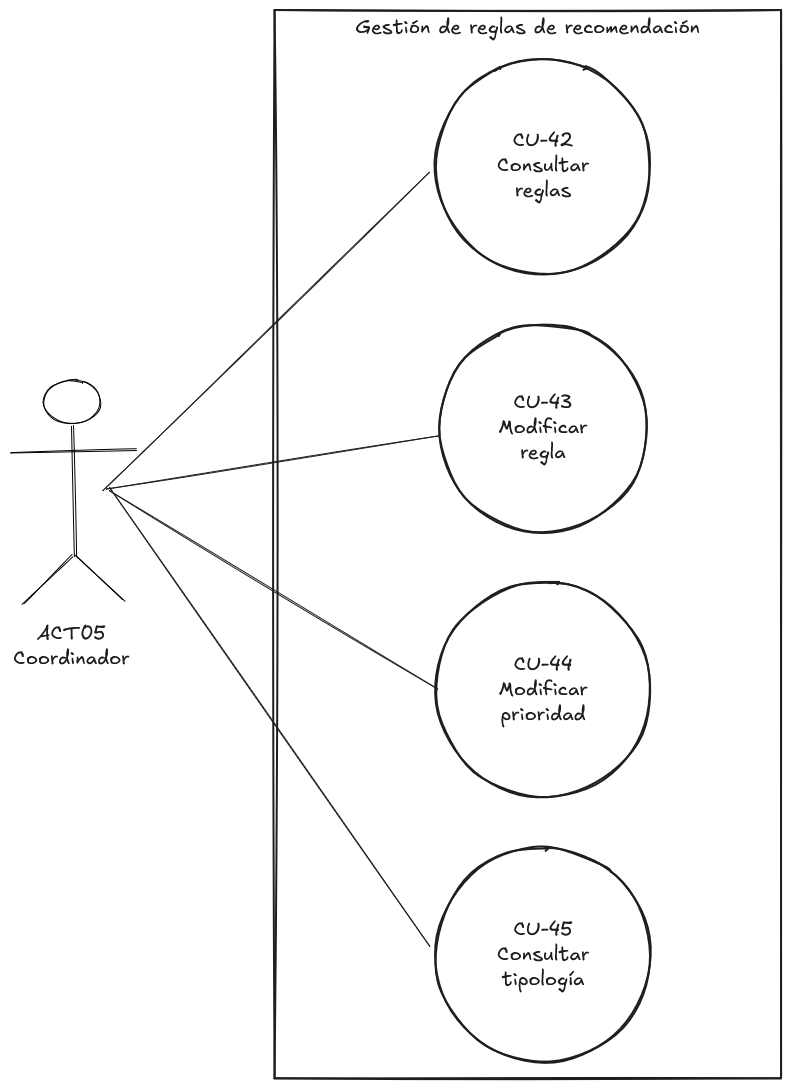
zenoma/emergency-management-app keeps this Excalidraw diagram as Docs/memoria/imaxes/diagramas-caso-uso/diagrama-gestion-reglas.png. Above is the earlier version. Source tidied: one line per element, renumbered; positions are measured from the earlier drawing's top-left corner, leaving out a move shared by most shapes.
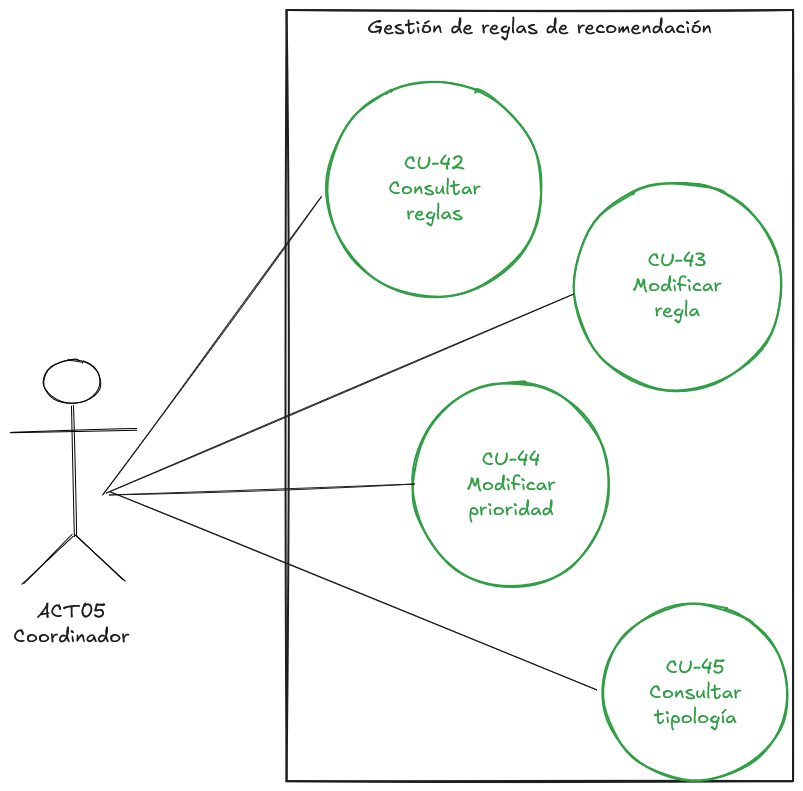
Later version of the same file.

What changed in the source:
```diff
@@ -1,20 +1,20 @@
-{"id": 0, "type": "rectangle", "strokeColor": "#1e1e1e", "strokeWidth": 2, "roughness": 1, "x": 264, "y": 0, "width": 507, "height": 1068}
+{"id": 0, "type": "rectangle", "strokeColor": "#1e1e1e", "strokeWidth": 2, "roughness": 1, "x": 276, "y": -4, "width": 507, "height": 771}
-{"id": 1, "type": "text", "text": "Gestión de reglas de recomendación", "strokeColor": "#1e1e1e", "strokeWidth": 2, "roughness": 1, "fontSize": 20, "fontFamily": 5, "textAlign": "center", "inside": 0, "x": 345, "y": 5, "width": 345, "height": 25}
+{"id": 1, "type": "text", "text": "Gestión de reglas de recomendación", "strokeColor": "#1e1e1e", "strokeWidth": 2, "roughness": 1, "fontSize": 20, "fontFamily": 5, "textAlign": "center", "inside": 0, "x": 357, "y": 1, "width": 345, "height": 25}
-{"id": 2, "type": "ellipse", "strokeColor": "#1e1e1e", "strokeWidth": 2, "roughness": 1, "x": 425, "y": 49, "width": 215, "height": 215}
+{"id": 2, "type": "ellipse", "strokeColor": "#2f9e44", "strokeWidth": 2, "roughness": 1, "x": 316, "y": 67, "width": 215, "height": 215}
-{"id": 3, "type": "text", "text": "CU-42\nConsultar\nreglas", "strokeColor": "#1e1e1e", "strokeWidth": 2, "roughness": 1, "fontSize": 20, "fontFamily": 5, "textAlign": "center", "verticalAlign": "middle", "inside": 2, "x": 486, "y": 119, "width": 92, "height": 75}
+{"id": 3, "type": "text", "text": "CU-42\nConsultar\nreglas", "strokeColor": "#2f9e44", "strokeWidth": 2, "roughness": 1, "fontSize": 20, "fontFamily": 5, "textAlign": "center", "verticalAlign": "middle", "inside": 2, "x": 377, "y": 137, "width": 92, "height": 75}
-{"id": 4, "type": "ellipse", "strokeColor": "#1e1e1e", "strokeWidth": 2, "roughness": 1, "x": 428, "y": 314, "width": 208, "height": 208}
+{"id": 4, "type": "ellipse", "strokeColor": "#2f9e44", "strokeWidth": 2, "roughness": 1, "x": 562, "y": 168, "width": 208, "height": 208}
-{"id": 5, "type": "text", "text": "CU-43\nModificar\nregla", "strokeColor": "#1e1e1e", "strokeWidth": 2, "roughness": 1, "fontSize": 20, "fontFamily": 5, "textAlign": "center", "verticalAlign": "middle", "inside": 4, "x": 488, "y": 380, "width": 89, "height": 75}
+{"id": 5, "type": "text", "text": "CU-43\nModificar\nregla", "strokeColor": "#2f9e44", "strokeWidth": 2, "roughness": 1, "fontSize": 20, "fontFamily": 5, "textAlign": "center", "verticalAlign": "middle", "inside": 4, "x": 622, "y": 235, "width": 89, "height": 75}
-{"id": 6, "type": "ellipse", "strokeColor": "#1e1e1e", "strokeWidth": 2, "roughness": 1, "x": 425, "y": 572, "width": 215, "height": 215}
+{"id": 6, "type": "ellipse", "strokeColor": "#2f9e44", "strokeWidth": 2, "roughness": 1, "x": 402, "y": 368, "width": 196, "height": 205}
-{"id": 7, "type": "text", "text": "CU-44\nModificar\nprioridad", "strokeColor": "#1e1e1e", "strokeWidth": 2, "roughness": 1, "fontSize": 20, "fontFamily": 5, "textAlign": "center", "verticalAlign": "middle", "inside": 6, "x": 488, "y": 642, "width": 89, "height": 75}
+{"id": 7, "type": "text", "text": "CU-44\nModificar\nprioridad", "strokeColor": "#2f9e44", "strokeWidth": 2, "roughness": 1, "fontSize": 20, "fontFamily": 5, "textAlign": "center", "verticalAlign": "middle", "inside": 6, "x": 456, "y": 433, "width": 89, "height": 75}
-{"id": 8, "type": "ellipse", "strokeColor": "#1e1e1e", "strokeWidth": 2, "roughness": 1, "x": 425, "y": 837, "width": 215, "height": 215}
+{"id": 8, "type": "ellipse", "strokeColor": "#2f9e44", "strokeWidth": 2, "roughness": 1, "x": 592, "y": 590, "width": 185, "height": 176}
-{"id": 9, "type": "text", "text": "CU-45\nConsultar\ntipología", "strokeColor": "#1e1e1e", "strokeWidth": 2, "roughness": 1, "fontSize": 20, "fontFamily": 5, "textAlign": "center", "verticalAlign": "middle", "inside": 8, "x": 486, "y": 907, "width": 92, "height": 75}
+{"id": 9, "type": "text", "text": "CU-45\nConsultar\ntipología", "strokeColor": "#2f9e44", "strokeWidth": 2, "roughness": 1, "fontSize": 20, "fontFamily": 5, "textAlign": "center", "verticalAlign": "middle", "inside": 8, "x": 638, "y": 641, "width": 92, "height": 75}
-{"id": 10, "type": "ellipse", "strokeColor": "#000000", "strokeWidth": 1, "roughness": 1, "round": true, "x": 32, "y": 370, "width": 57, "height": 44}
+{"id": 10, "type": "ellipse", "strokeColor": "#000000", "strokeWidth": 1, "roughness": 1, "round": true, "x": 32, "y": 346, "width": 57, "height": 44}
-{"id": 11, "type": "line", "strokeColor": "#000000", "strokeWidth": 1, "roughness": 1, "round": true, "x": 61, "y": 416, "width": 3, "height": 130, "points": [[0, 0], [3, 130]]}
+{"id": 11, "type": "line", "strokeColor": "#000000", "strokeWidth": 1, "roughness": 1, "round": true, "x": 61, "y": 392, "width": 3, "height": 130, "points": [[0, 0], [3, 130]]}
-{"id": 12, "type": "line", "strokeColor": "#000000", "strokeWidth": 1, "roughness": 1, "round": true, "x": 0, "y": 442, "width": 127, "height": 2, "points": [[0, 0], [127, -2]]}
+{"id": 12, "type": "line", "strokeColor": "#000000", "strokeWidth": 1, "roughness": 1, "round": true, "x": 0, "y": 417, "width": 127, "height": 2, "points": [[0, 0], [127, -2]]}
-{"id": 13, "type": "line", "strokeColor": "#000000", "strokeWidth": 1, "roughness": 1, "round": true, "x": 11, "y": 594, "width": 51, "height": 48, "points": [[0, 0], [51, -48]]}
+{"id": 13, "type": "line", "strokeColor": "#000000", "strokeWidth": 1, "roughness": 1, "round": true, "x": 11, "y": 569, "width": 51, "height": 48, "points": [[0, 0], [51, -48]]}
-{"id": 14, "type": "line", "strokeColor": "#000000", "strokeWidth": 1, "roughness": 1, "round": true, "x": 66, "y": 546, "width": 47, "height": 44, "points": [[0, 0], [47, 44]]}
+{"id": 14, "type": "line", "strokeColor": "#000000", "strokeWidth": 1, "roughness": 1, "round": true, "x": 66, "y": 521, "width": 47, "height": 44, "points": [[0, 0], [47, 44]]}
-{"id": 15, "type": "text", "text": "ACT05\nCoordinador", "strokeColor": "#1e1e1e", "strokeWidth": 4, "strokeStyle": "dashed", "roughness": 1, "fontSize": 20, "fontFamily": 5, "textAlign": "center", "x": 2, "y": 612, "width": 116, "height": 50}
+{"id": 15, "type": "text", "text": "ACT05\nCoordinador", "strokeColor": "#1e1e1e", "strokeWidth": 4, "strokeStyle": "dashed", "roughness": 1, "fontSize": 20, "fontFamily": 5, "textAlign": "center", "x": 2, "y": 586, "width": 116, "height": 50}
-{"id": 16, "type": "arrow", "strokeColor": "#1e1e1e", "strokeWidth": 1, "roughness": 1, "to": 2, "x": 92, "y": 481, "width": 327, "height": 319, "points": [[0, 0], [327, -319]]}
+{"id": 16, "type": "arrow", "strokeColor": "#1e1e1e", "strokeWidth": 1, "roughness": 1, "to": 2, "x": 92, "y": 481, "width": 219, "height": 298, "points": [[0, 0], [219, -298]]}
-{"id": 17, "type": "arrow", "strokeColor": "#1e1e1e", "strokeWidth": 1, "roughness": 1, "to": 4, "x": 95, "y": 479, "width": 333, "height": 53, "points": [[0, 0], [333, -53]]}
+{"id": 17, "type": "arrow", "strokeColor": "#1e1e1e", "strokeWidth": 1, "roughness": 1, "to": 4, "x": 95, "y": 479, "width": 468, "height": 199, "points": [[0, 0], [468, -199]]}
-{"id": 18, "type": "arrow", "strokeColor": "#1e1e1e", "strokeWidth": 1, "roughness": 1, "to": 6, "x": 98, "y": 481, "width": 328, "height": 198, "points": [[0, 0], [328, 198]]}
+{"id": 18, "type": "arrow", "strokeColor": "#1e1e1e", "strokeWidth": 1, "roughness": 1, "to": 6, "x": 98, "y": 481, "width": 305, "height": 11, "points": [[0, 0], [305, -11]]}
-{"id": 19, "type": "arrow", "strokeColor": "#1e1e1e", "strokeWidth": 1, "roughness": 1, "to": 8, "x": 98, "y": 477, "width": 321, "height": 459, "points": [[0, 0], [321, 459]]}
+{"id": 19, "type": "arrow", "strokeColor": "#1e1e1e", "strokeWidth": 1, "roughness": 1, "to": 8, "x": 98, "y": 477, "width": 487, "height": 198, "points": [[0, 0], [487, 198]]}
```
